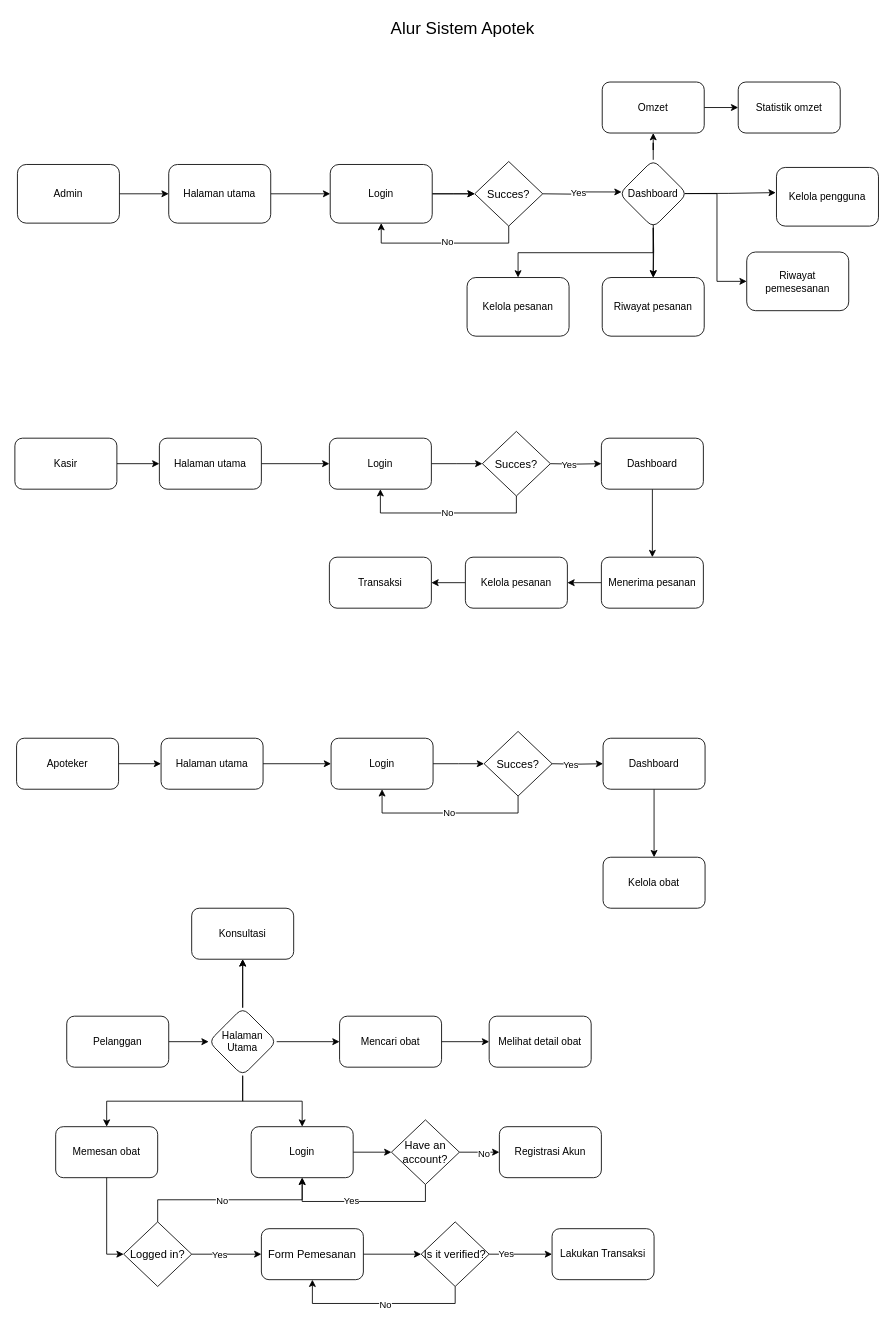
This is page "Alur" (1 of 3) of alur-apotek.drawio from reezyee/apotek, a draw.io file, before an edit. Source tidied: cells renumbered, new cells numbered last; positions are measured from the earlier drawing's top-left corner, leaving out a move shared by most shapes. Both pictures are drawn from the tidied source at 85%, with x=0, y=0 at pixel (14, 14).
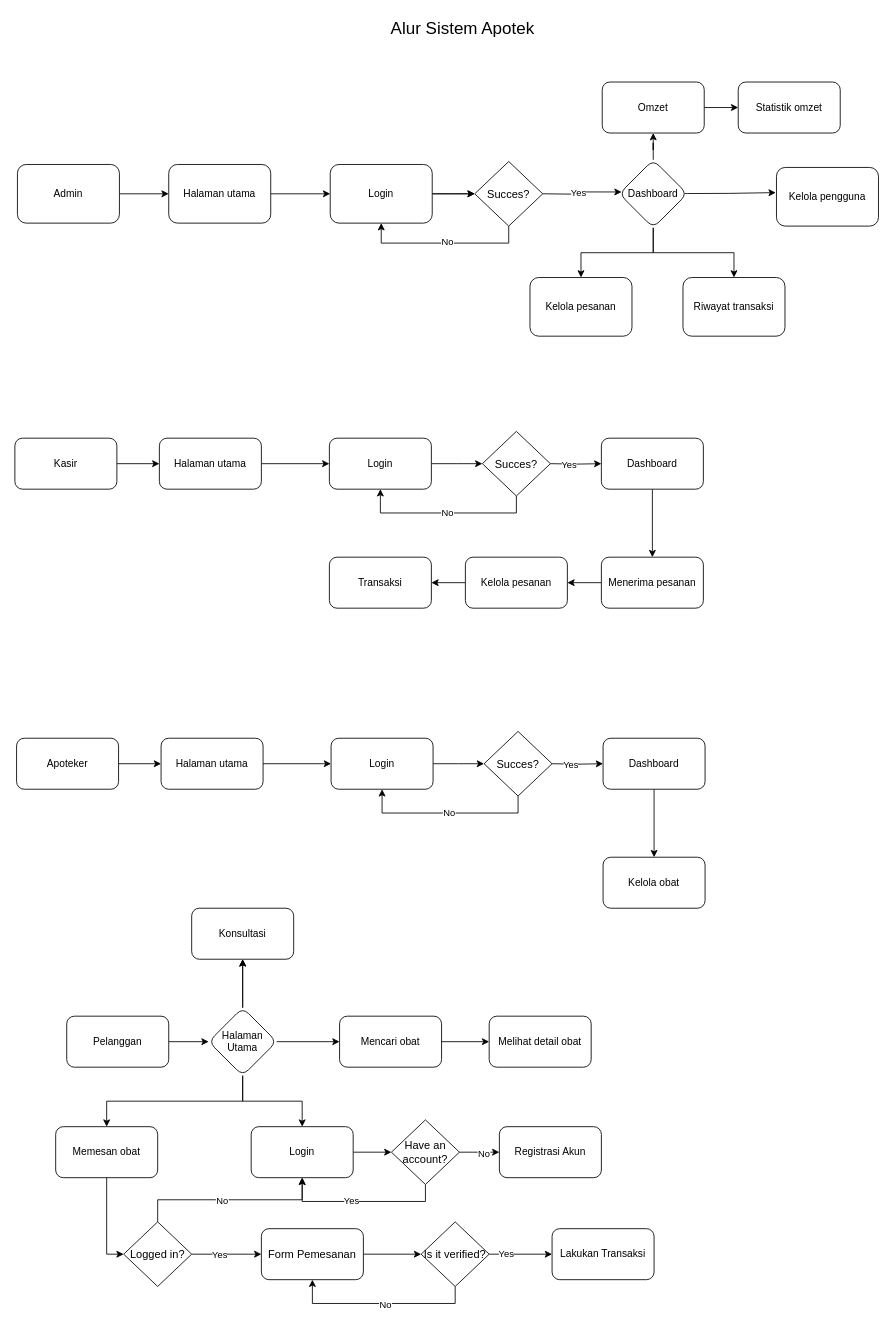
The same diagram, later.

Unchanged cells that the change refers to:
```xml
<mxCell id="44" value="Dashboard" style="rhombus;whiteSpace=wrap;html=1;rounded=1;" parent="1" vertex="1">
  <mxGeometry x="711" y="170.5" width="80" height="80" as="geometry" />
</mxCell>
```

Change to the diagram source:
```diff
@@
-    <mxCell id="13" style="edgeStyle=orthogonalEdgeStyle;rounded=0;jettySize=auto;html=1;exitX=0.5;exitY=1;exitDx=0;exitDy=0;entryX=0.5;entryY=0;entryDx=0;entryDy=0;" parent="1" edge="1" target="17">
-      <mxGeometry relative="1" as="geometry">
-        <mxPoint x="751" y="245" as="sourcePoint" />
-      </mxGeometry>
-    </mxCell>
@@
-    <mxCell id="17" value="Riwayat pesanan" style="rounded=1;whiteSpace=wrap;html=1;" parent="1" vertex="1">
-      <mxGeometry x="691" y="309" width="120" height="69" as="geometry" />
+    <mxCell id="17" value="Riwayat transaksi" style="rounded=1;whiteSpace=wrap;html=1;" parent="1" vertex="1">
+      <mxGeometry x="786" y="309" width="120" height="69" as="geometry" />
     </mxCell>
@@
-    <mxCell id="41" style="rounded=0;jettySize=auto;html=1;exitX=0.964;exitY=0.497;exitDx=0;exitDy=0;entryX=0;entryY=0.5;entryDx=0;entryDy=0;edgeStyle=orthogonalEdgeStyle;exitPerimeter=0;" parent="1" edge="1" source="44" target="59">
-      <mxGeometry relative="1" as="geometry" />
-    </mxCell>
@@
-    <mxCell id="59" value="Riwayat pemesesanan" style="rounded=1;whiteSpace=wrap;html=1;" parent="1" vertex="1">
-      <mxGeometry x="861" y="279" width="120" height="69" as="geometry" />
-    </mxCell>
@@
     <mxCell id="95" value="Kelola pesanan" style="rounded=1;whiteSpace=wrap;html=1;" parent="1" vertex="1">
-      <mxGeometry x="532" y="309" width="120" height="69" as="geometry" />
+      <mxGeometry x="606" y="309" width="120" height="69" as="geometry" />
     </mxCell>
```
